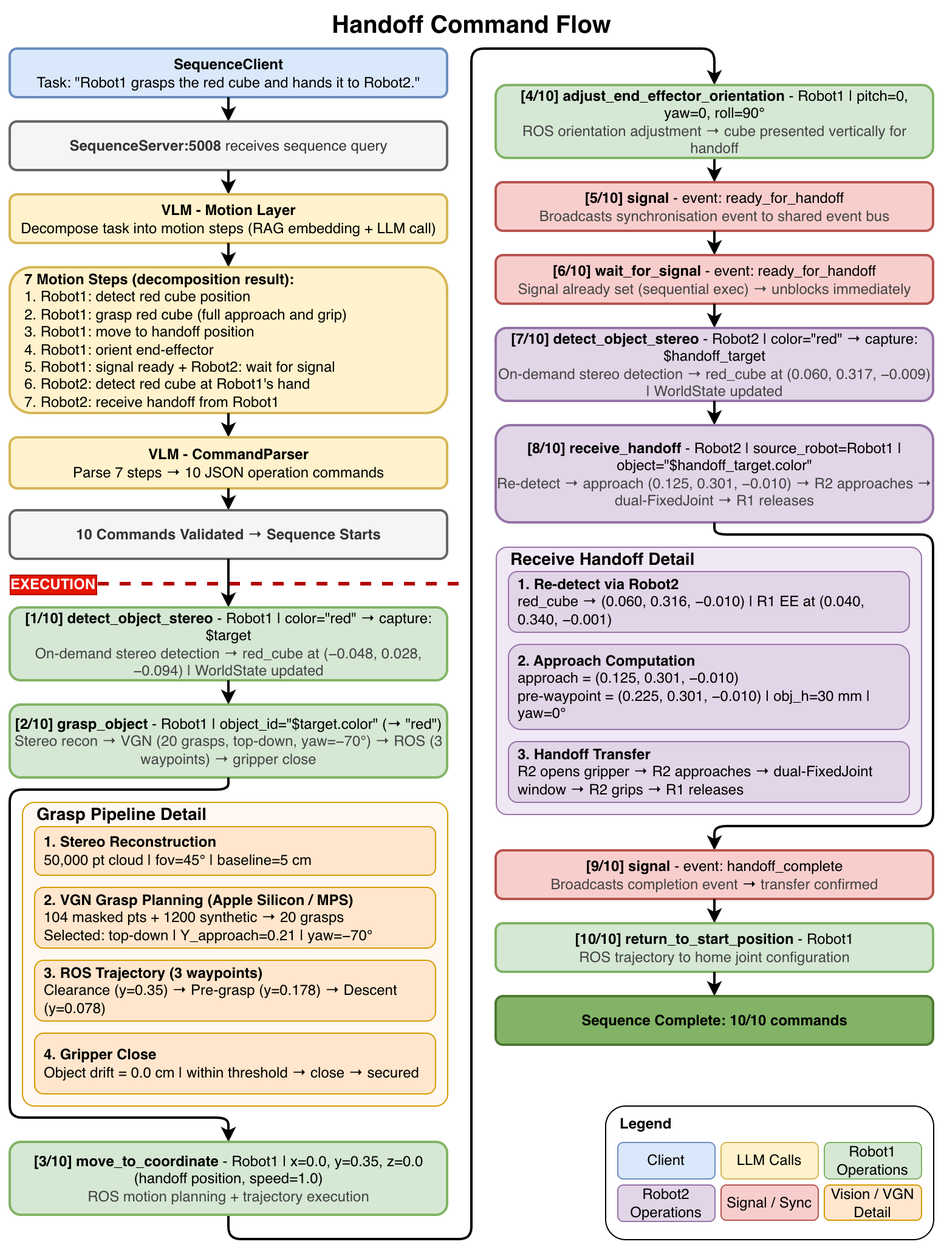
Before: Thesis/images/12_handoff_sequence.png, a diagram exported from draw.io (JanMStraub/Cooperative-Robot-Behavior-from-Basic-Action-Modules). Source tidied: cells renumbered, new cells last; positions are measured from the earlier drawing's top-left corner, leaving out a move shared by most shapes.
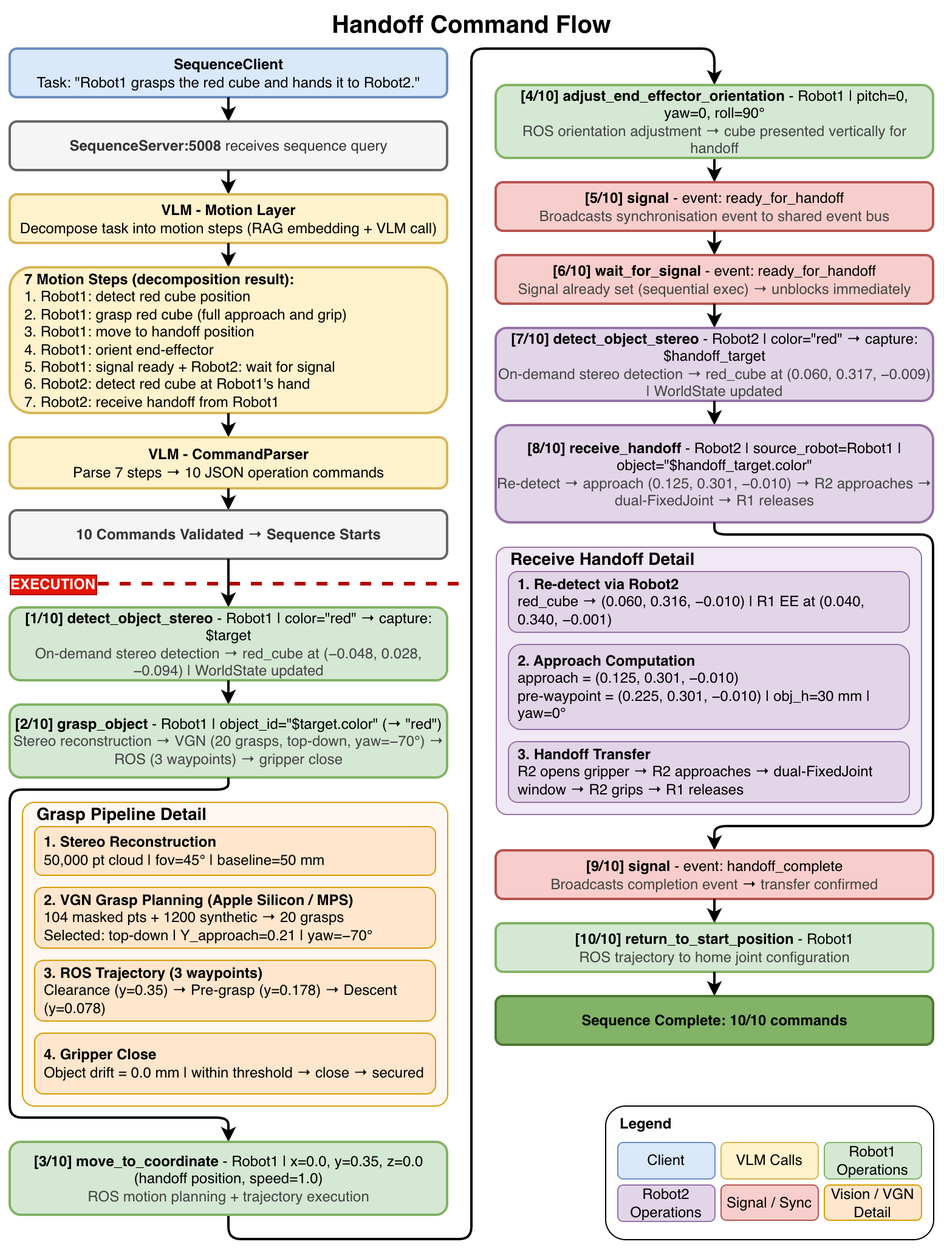
The same file after the commit.

What changed in the source:
```diff
@@ -31,7 +31,7 @@
     <mxCell id="9" style="edgeStyle=orthogonalEdgeStyle;rounded=0;exitX=0.5;exitY=1;exitDx=0;exitDy=0;entryX=0.5;entryY=0;entryDx=0;entryDy=0;strokeWidth=2;fontSize=12;" parent="1" edge="1" source="8" target="10">
       <mxGeometry relative="1" as="geometry" />
     </mxCell>
-    <mxCell id="10" value="&lt;b&gt;VLM - Motion Layer&lt;/b&gt;&lt;br&gt;Decompose task into motion steps (RAG embedding + LLM call)" style="rounded=1;whiteSpace=wrap;html=1;fillColor=#fff2cc;strokeColor=#d6b656;fontSize=12;strokeWidth=2;" parent="1" vertex="1">
+    <mxCell id="10" value="&lt;b&gt;VLM - Motion Layer&lt;/b&gt;&lt;br&gt;Decompose task into motion steps (RAG embedding + VLM call)" style="rounded=1;whiteSpace=wrap;html=1;fillColor=#fff2cc;strokeColor=#d6b656;fontSize=12;strokeWidth=2;" parent="1" vertex="1">
       <mxGeometry y="160" width="360" height="40" as="geometry" />
     </mxCell>
     <mxCell id="11" style="edgeStyle=orthogonalEdgeStyle;rounded=0;exitX=0.5;exitY=1;exitDx=0;exitDy=0;entryX=0.5;entryY=0;entryDx=0;entryDy=0;strokeWidth=2;fontSize=12;" parent="1" edge="1" source="10" target="12">
@@ -61,7 +61,7 @@
     <mxCell id="19" style="edgeStyle=orthogonalEdgeStyle;rounded=0;exitX=0.5;exitY=1;exitDx=0;exitDy=0;entryX=0.5;entryY=0;entryDx=0;entryDy=0;strokeWidth=2;fontSize=12;" parent="1" edge="1" source="18" target="20">
       <mxGeometry relative="1" as="geometry" />
     </mxCell>
-    <mxCell id="20" value="&lt;b&gt;[2/10] grasp_object&lt;/b&gt;&amp;nbsp;- Robot1  |  object_id=&quot;$target.color&quot; (→ &quot;red&quot;)&lt;br&gt;&lt;font color=&quot;#444444&quot;&gt;Stereo recon → VGN (20 grasps, top-down, yaw=−70°) → ROS (3 waypoints) → gripper close&lt;/font&gt;" style="rounded=1;whiteSpace=wrap;html=1;fillColor=#d5e8d4;strokeColor=#82b366;fontSize=12;strokeWidth=2;" parent="1" vertex="1">
+    <mxCell id="20" value="&lt;b&gt;[2/10] grasp_object&lt;/b&gt;&amp;nbsp;- Robot1  |  object_id=&quot;$target.color&quot; (→ &quot;red&quot;)&lt;br&gt;&lt;font color=&quot;#444444&quot;&gt;Stereo reconstruction → VGN (20 grasps, top-down, yaw=−70°) → ROS (3 waypoints) → gripper close&lt;/font&gt;" style="rounded=1;whiteSpace=wrap;html=1;fillColor=#d5e8d4;strokeColor=#82b366;fontSize=12;strokeWidth=2;" parent="1" vertex="1">
       <mxGeometry y="580" width="360" height="60" as="geometry" />
     </mxCell>
     <mxCell id="21" style="edgeStyle=orthogonalEdgeStyle;rounded=1;exitX=0.5;exitY=1;exitDx=0;exitDy=0;entryX=0.5;entryY=0;entryDx=0;entryDy=0;strokeWidth=2;fontSize=12;curved=0;" parent="1" edge="1" source="20" target="23">
@@ -157,7 +157,7 @@
     <mxCell id="44" value="Client" style="rounded=1;whiteSpace=wrap;html=1;fillColor=#dae8fc;strokeColor=#6c8ebf;fontSize=12;" parent="39" vertex="1">
       <mxGeometry y="20" width="80" height="30" as="geometry" />
     </mxCell>
-    <mxCell id="45" value="LLM Calls" style="rounded=1;whiteSpace=wrap;html=1;fillColor=#fff2cc;strokeColor=#d6b656;fontSize=12;" parent="39" vertex="1">
+    <mxCell id="45" value="VLM Calls" style="rounded=1;whiteSpace=wrap;html=1;fillColor=#fff2cc;strokeColor=#d6b656;fontSize=12;" parent="39" vertex="1">
       <mxGeometry x="85" y="20" width="80" height="30" as="geometry" />
     </mxCell>
     <mxCell id="46" value="Robot1 Operations" style="rounded=1;whiteSpace=wrap;html=1;fillColor=#d5e8d4;strokeColor=#82b366;fontSize=12;" parent="39" vertex="1">
@@ -172,7 +172,7 @@
     <mxCell id="49" value="Grasp Pipeline Detail" style="text;html=1;strokeColor=none;fillColor=none;align=left;verticalAlign=middle;fontStyle=1;fontSize=14;" parent="47" vertex="1">
       <mxGeometry x="10" width="340" height="20" as="geometry" />
     </mxCell>
-    <mxCell id="50" value="&lt;b&gt;1. Stereo Reconstruction&lt;/b&gt;&lt;br&gt;50,000 pt cloud |  fov=45°  |  baseline=5 cm" style="rounded=1;whiteSpace=wrap;html=1;fillColor=#ffe6cc;strokeColor=#d79b00;fontSize=12;align=left;spacingLeft=6;" parent="47" vertex="1">
+    <mxCell id="50" value="&lt;b&gt;1. Stereo Reconstruction&lt;/b&gt;&lt;br&gt;50,000 pt cloud |  fov=45°  |  baseline=50 mm" style="rounded=1;whiteSpace=wrap;html=1;fillColor=#ffe6cc;strokeColor=#d79b00;fontSize=12;align=left;spacingLeft=6;" parent="47" vertex="1">
       <mxGeometry x="10" y="20" width="330" height="40" as="geometry" />
     </mxCell>
     <mxCell id="51" value="&lt;b&gt;2. VGN Grasp Planning (Apple Silicon / MPS)&lt;/b&gt;&lt;br&gt;104 masked pts + 1200 synthetic → 20 grasps&lt;br&gt;Selected: top-down  |  Y_approach=0.21  |  yaw=−70°" style="rounded=1;whiteSpace=wrap;html=1;fillColor=#ffe6cc;strokeColor=#d79b00;fontSize=12;align=left;spacingLeft=6;" parent="47" vertex="1">
@@ -181,7 +181,7 @@
     <mxCell id="52" value="&lt;b&gt;3. ROS Trajectory (3 waypoints)&lt;/b&gt;&lt;br&gt;Clearance (y=0.35) → Pre-grasp (y=0.178) → Descent (y=0.078)" style="rounded=1;whiteSpace=wrap;html=1;fillColor=#ffe6cc;strokeColor=#d79b00;fontSize=12;align=left;spacingLeft=6;" parent="47" vertex="1">
       <mxGeometry x="10" y="130" width="330" height="50" as="geometry" />
     </mxCell>
-    <mxCell id="53" value="&lt;b&gt;4. Gripper Close&lt;/b&gt;&lt;br&gt;Object drift = 0.0 cm  |  within threshold → close → secured" style="rounded=1;whiteSpace=wrap;html=1;fillColor=#ffe6cc;strokeColor=#d79b00;fontSize=12;align=left;spacingLeft=6;" parent="47" vertex="1">
+    <mxCell id="53" value="&lt;b&gt;4. Gripper Close&lt;/b&gt;&lt;br&gt;Object drift = 0.0 mm  |  within threshold → close → secured" style="rounded=1;whiteSpace=wrap;html=1;fillColor=#ffe6cc;strokeColor=#d79b00;fontSize=12;align=left;spacingLeft=6;" parent="47" vertex="1">
       <mxGeometry x="10" y="190" width="330" height="50" as="geometry" />
     </mxCell>
     <mxCell id="54" style="group;" parent="1" vertex="1">
```
